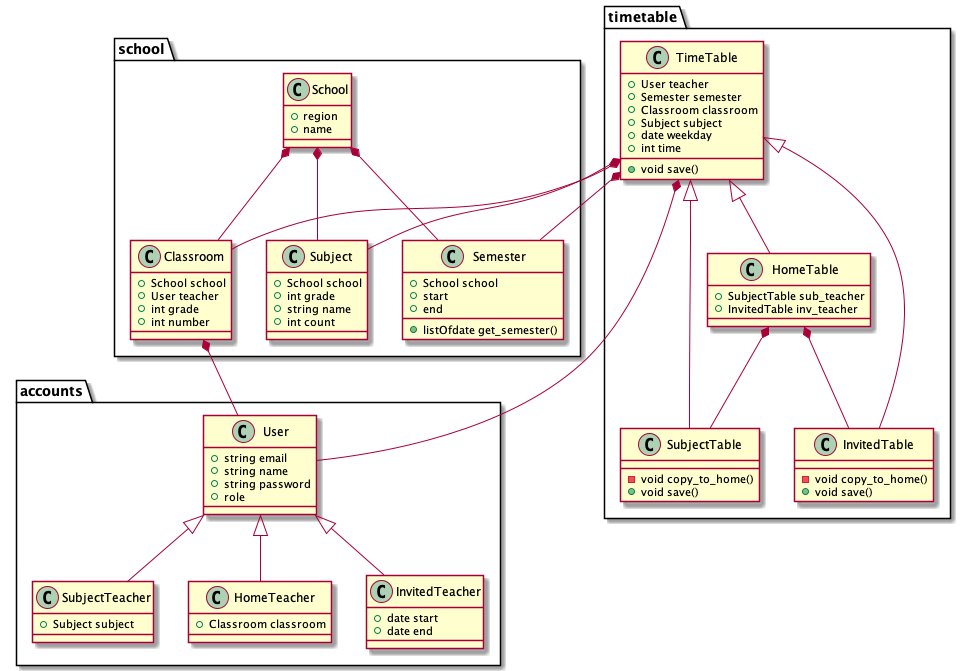
hyeonjang/class_schedule_maker keeps this PlantUML diagram as _report/2020-10-16-report/class.png. Above is the earlier version. Source of this version:
```plantuml
@startuml
namespace school {
    class School {
        + region
        + name
    }
    class Semester {
        + School school
        + start
        + end
        + listOfdate get_semester()
    }
    class Classroom {
        + School school
        + User teacher
        + int grade
        + int number
    }
    class Subject {
        + School school
        + int grade
        + string name
        + int count
    }

    School *-- Semester
    School *-- Classroom
    School *-- Subject

    Classroom *-- accounts.User
}

namespace timetable {
    class TimeTable {
        + User teacher
        + Semester semester
        + Classroom classroom
        + Subject subject
        + date weekday
        + int time
        + void save()
    }
    class HomeTable {
        + SubjectTable sub_teacher
        + InvitedTable inv_teacher
    }
    class SubjectTable {
        - void copy_to_home()
        + void save()
    }
    class InvitedTable {
        - void copy_to_home()
        + void save()
    }
    TimeTable <|-- SubjectTable
    TimeTable <|-- HomeTable
    TimeTable <|-- InvitedTable
    HomeTable *-- SubjectTable
    HomeTable *-- InvitedTable

    TimeTable *-- accounts.User
    TimeTable *-- school.Semester
    TimeTable *-- school.Classroom
    TimeTable *-- school.Subject
}

namespace accounts {
    class User {
        + string email
        + string name
        + string password
        + role
    }
    class SubjectTeacher {
        + Subject subject
    }
    class HomeTeacher {
        + Classroom classroom
    }
    class InvitedTeacher {
        + date start
        + date end
    }
    User <|-- HomeTeacher
    User <|-- SubjectTeacher
    User <|-- InvitedTeacher
}

@enduml
```
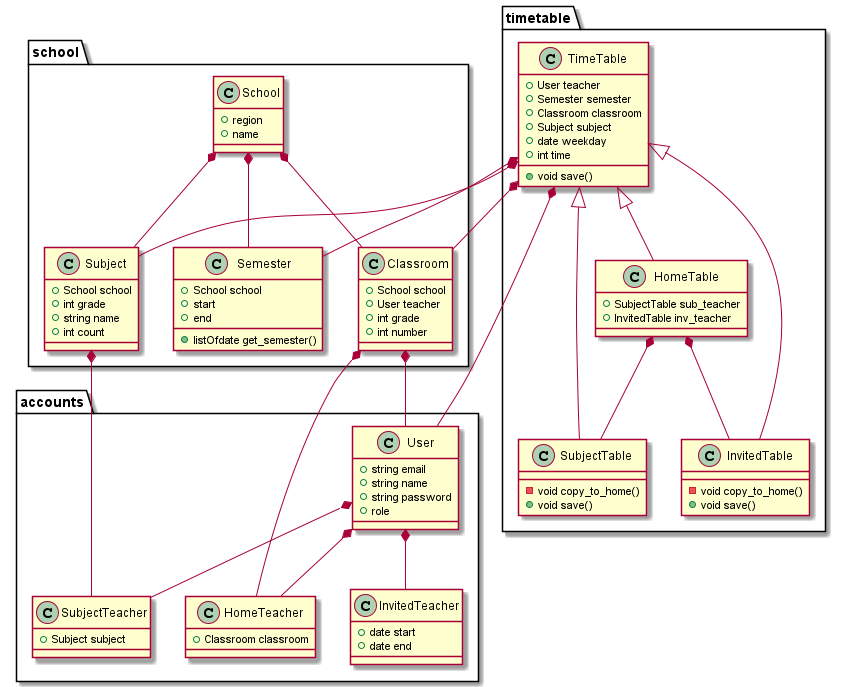
After the change.

Change to the diagram source:
```diff
@@ -81,9 +81,12 @@
         + date start
         + date end
     }
-    User <|-- HomeTeacher
-    User <|-- SubjectTeacher
-    User <|-- InvitedTeacher
+    User *-- HomeTeacher
+    User *-- SubjectTeacher
+    User *-- InvitedTeacher
+
+    school.Classroom *-- HomeTeacher
+    school.Subject *-- SubjectTeacher
 }
 
 @enduml
```
